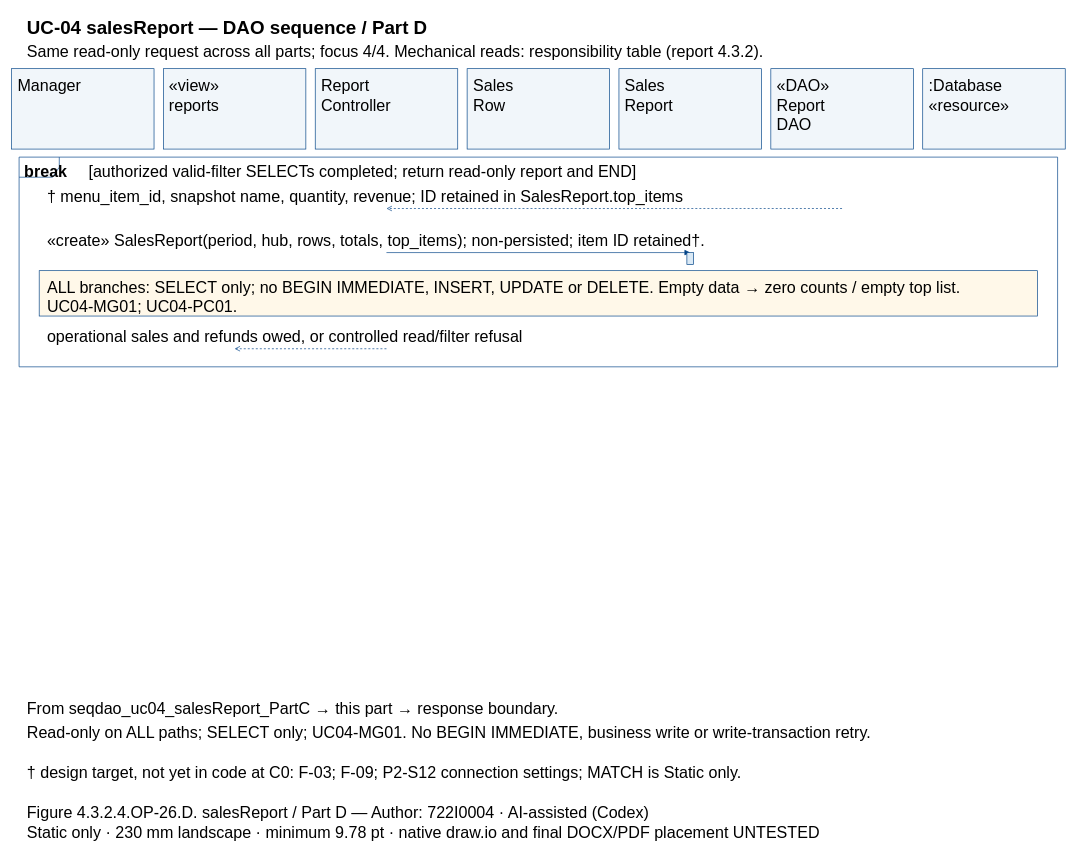
Earlier version of the draw.io diagram models/UC-04/seqdao_uc04_salesReport_PartD.drawio (Dat071104/SaigonBite). Source tidied: cells renumbered, new cells numbered last; positions are measured from the earlier drawing's top-left corner, leaving out a move shared by most shapes. Both pictures are drawn from the tidied source at 67%, with x=0, y=0 at pixel (11, 11).
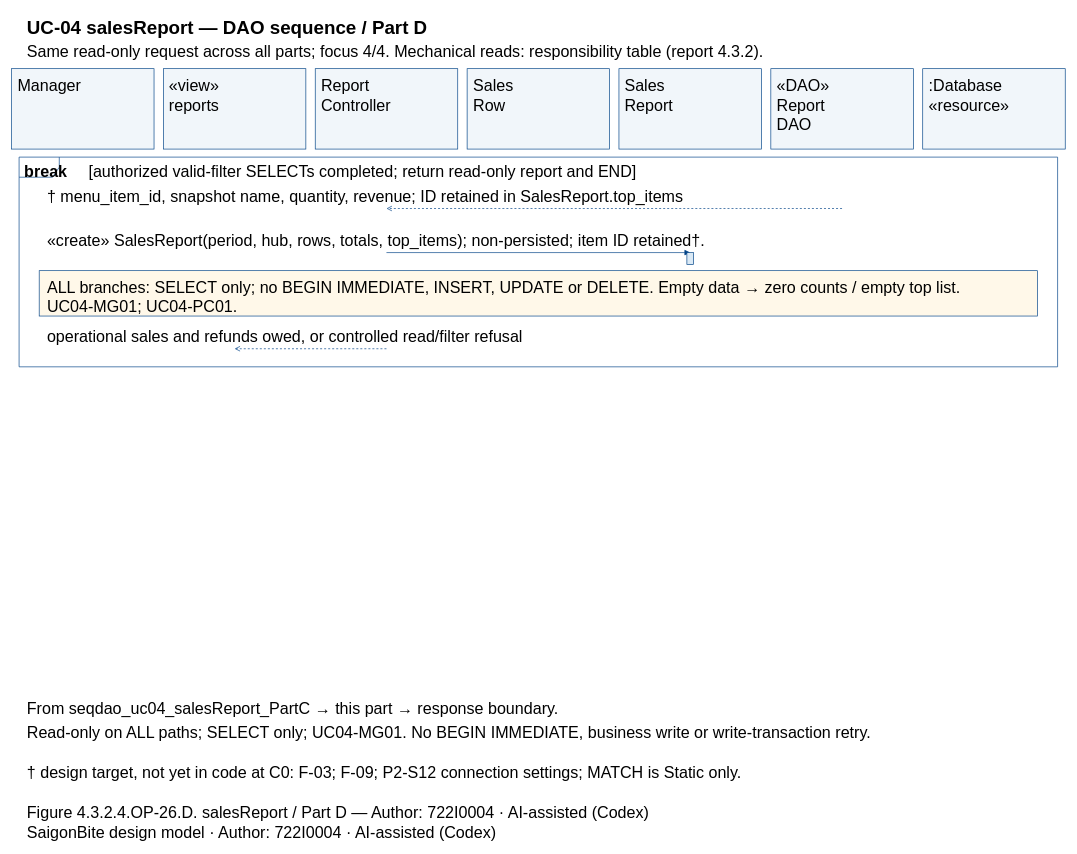
Above is the later version.

What changed in the source:
```diff
@@
-    <mxCell id="40" value="Static only · 230 mm landscape · minimum 9.78 pt · native draw.io and final DOCX/PDF placement UNTESTED" style="text;html=0;whiteSpace=wrap;align=left;verticalAlign=top;strokeColor=none;fillColor=none;fontFamily=Arial;fontSize=24;fontStyle=0;" parent="1" vertex="1">
+    <mxCell id="40" value="SaigonBite design model · Author: 722I0004 · AI-assisted (Codex)" style="text;html=0;whiteSpace=wrap;align=left;verticalAlign=top;strokeColor=none;fillColor=none;fontFamily=Arial;fontSize=24;fontStyle=0;" parent="1" vertex="1">
       <mxGeometry x="21" y="1205" width="1530" height="27.8" as="geometry" />
     </mxCell>
```
